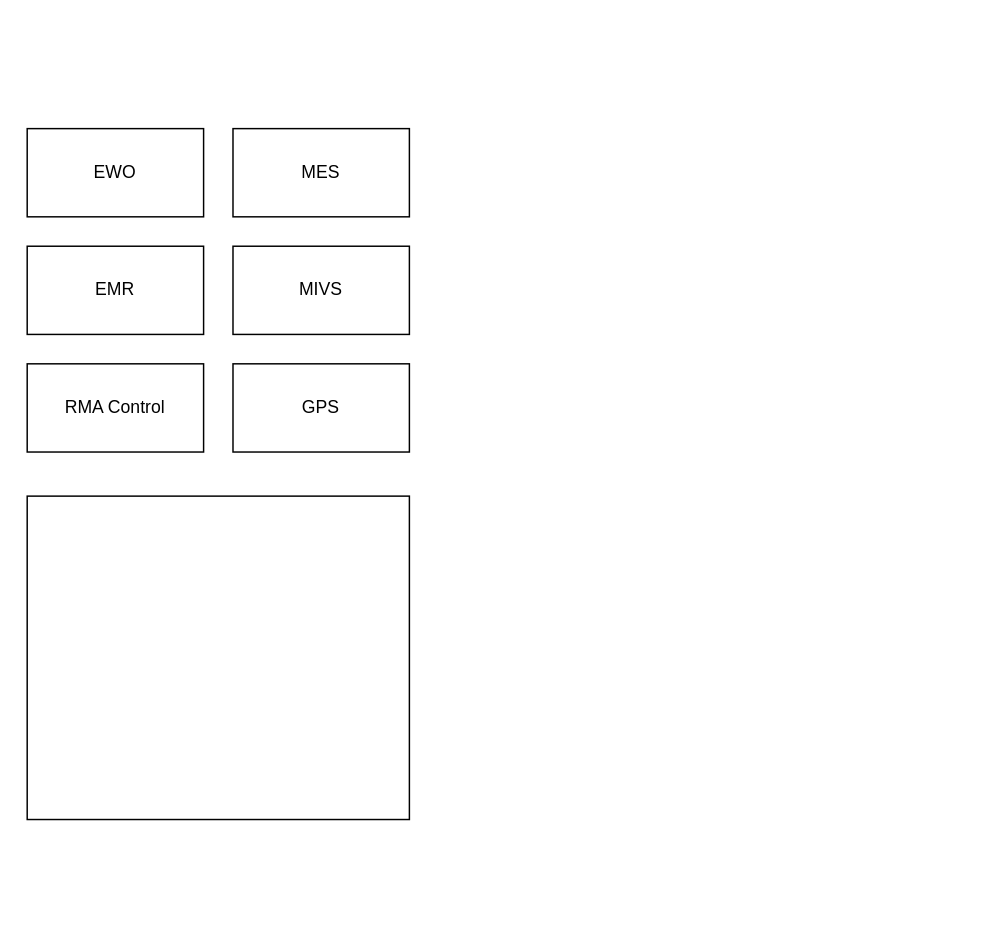
Before: page "Integration" (3 of 3) of MES POC.drawio in vinceliao99/MyDiagrams, a draw.io diagram. Source tidied: cells renumbered, new cells numbered last; positions are measured from the earlier drawing's top-left corner, leaving out a move shared by most shapes. Both pictures are drawn from the tidied source at 147%, with x=0, y=0 at pixel (26, 128).
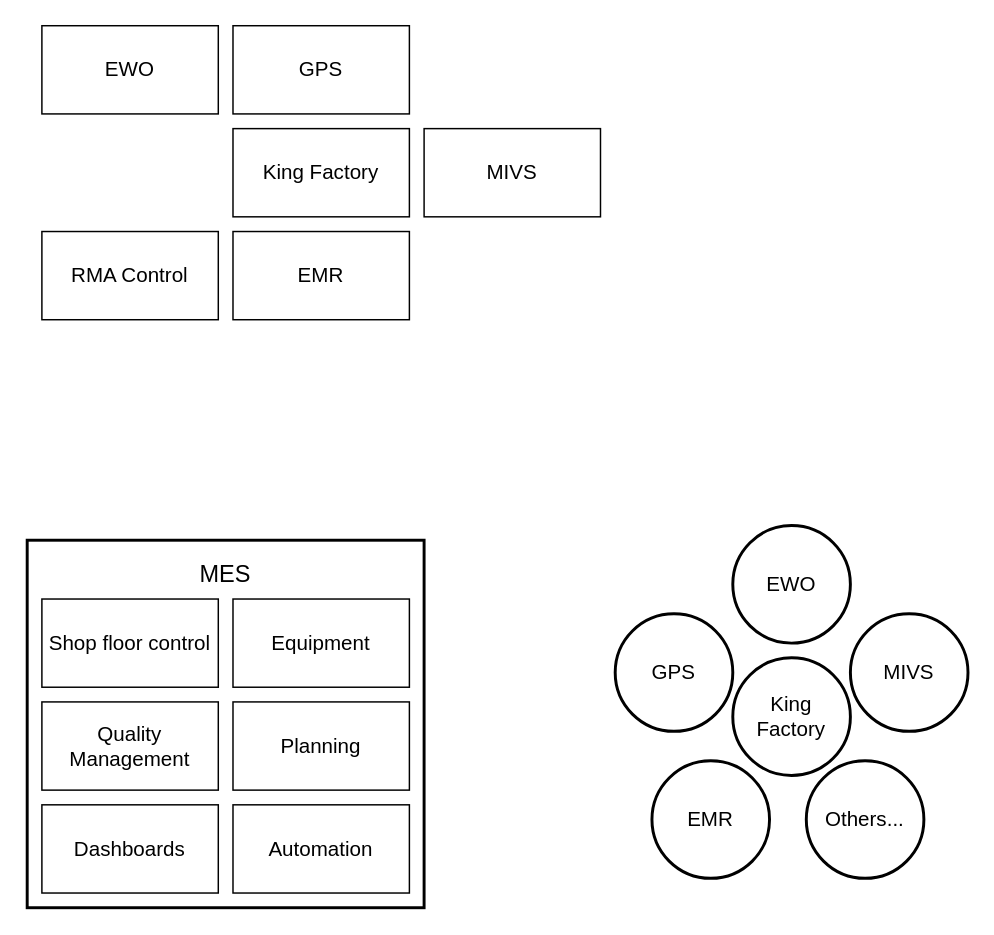
After the change.

The edit, as a diff of the source:
```diff
@@
-    <mxCell id="2" value="EWO" style="rounded=0;whiteSpace=wrap;html=1;" parent="1" vertex="1">
-      <mxGeometry width="120" height="60" as="geometry" />
+    <mxCell id="2" value="EWO" style="rounded=0;whiteSpace=wrap;html=1;fontSize=14;" parent="1" vertex="1">
+      <mxGeometry x="10" y="-70" width="120" height="60" as="geometry" />
     </mxCell>
-    <mxCell id="3" value="MES" style="rounded=0;whiteSpace=wrap;html=1;" parent="1" vertex="1">
+    <mxCell id="3" value="King Factory" style="rounded=0;whiteSpace=wrap;html=1;fontSize=14;" parent="1" vertex="1">
       <mxGeometry x="140" width="120" height="60" as="geometry" />
     </mxCell>
-    <mxCell id="4" value="GPS" style="rounded=0;whiteSpace=wrap;html=1;" parent="1" vertex="1">
-      <mxGeometry x="140" y="160" width="120" height="60" as="geometry" />
+    <mxCell id="4" value="GPS" style="rounded=0;whiteSpace=wrap;html=1;fontSize=14;" parent="1" vertex="1">
+      <mxGeometry x="140" y="-70" width="120" height="60" as="geometry" />
     </mxCell>
-    <mxCell id="5" value="EMR" style="rounded=0;whiteSpace=wrap;html=1;" parent="1" vertex="1">
-      <mxGeometry y="80" width="120" height="60" as="geometry" />
+    <mxCell id="5" value="EMR" style="rounded=0;whiteSpace=wrap;html=1;fontSize=14;" parent="1" vertex="1">
+      <mxGeometry x="140" y="70" width="120" height="60" as="geometry" />
     </mxCell>
-    <mxCell id="6" value="MIVS" style="rounded=0;whiteSpace=wrap;html=1;" parent="1" vertex="1">
-      <mxGeometry x="140" y="80" width="120" height="60" as="geometry" />
+    <mxCell id="6" value="MIVS" style="rounded=0;whiteSpace=wrap;html=1;fontSize=14;" parent="1" vertex="1">
+      <mxGeometry x="270" width="120" height="60" as="geometry" />
     </mxCell>
-    <mxCell id="7" value="RMA Control" style="rounded=0;whiteSpace=wrap;html=1;" parent="1" vertex="1">
-      <mxGeometry y="160" width="120" height="60" as="geometry" />
+    <mxCell id="7" value="RMA Control" style="rounded=0;whiteSpace=wrap;html=1;fontSize=14;" parent="1" vertex="1">
+      <mxGeometry x="10" y="70" width="120" height="60" as="geometry" />
     </mxCell>
-    <mxCell id="8" style="rounded=0;whiteSpace=wrap;html=1;" parent="1" vertex="1">
-      <mxGeometry y="250" width="260" height="220" as="geometry" />
+    <mxCell id="8" style="rounded=0;whiteSpace=wrap;html=1;strokeWidth=2;" parent="1" vertex="1">
+      <mxGeometry y="280" width="270" height="250" as="geometry" />
     </mxCell>
+    <mxCell id="9" value="&lt;font style=&quot;font-size: 14px;&quot;&gt;Shop floor control&lt;/font&gt;" style="rounded=0;whiteSpace=wrap;html=1;" parent="1" vertex="1">
+      <mxGeometry x="10" y="320" width="120" height="60" as="geometry" />
+    </mxCell>
+    <mxCell id="10" value="&lt;font style=&quot;font-size: 14px;&quot;&gt;Equipment&lt;/font&gt;" style="rounded=0;whiteSpace=wrap;html=1;" parent="1" vertex="1">
+      <mxGeometry x="140" y="320" width="120" height="60" as="geometry" />
+    </mxCell>
+    <mxCell id="11" value="&lt;font style=&quot;font-size: 14px;&quot;&gt;Quality &lt;br&gt;Management&lt;/font&gt;" style="rounded=0;whiteSpace=wrap;html=1;" parent="1" vertex="1">
+      <mxGeometry x="10" y="390" width="120" height="60" as="geometry" />
+    </mxCell>
+    <mxCell id="12" value="&lt;font style=&quot;font-size: 14px;&quot;&gt;Planning&lt;/font&gt;" style="rounded=0;whiteSpace=wrap;html=1;" parent="1" vertex="1">
+      <mxGeometry x="140" y="390" width="120" height="60" as="geometry" />
+    </mxCell>
+    <mxCell id="13" value="&lt;font style=&quot;font-size: 14px;&quot;&gt;Dashboards&lt;/font&gt;" style="rounded=0;whiteSpace=wrap;html=1;" parent="1" vertex="1">
+      <mxGeometry x="10" y="460" width="120" height="60" as="geometry" />
+    </mxCell>
+    <mxCell id="14" value="&lt;font style=&quot;font-size: 14px;&quot;&gt;Automation&lt;/font&gt;" style="rounded=0;whiteSpace=wrap;html=1;" parent="1" vertex="1">
+      <mxGeometry x="140" y="460" width="120" height="60" as="geometry" />
+    </mxCell>
+    <mxCell id="15" value="&lt;font style=&quot;font-size: 16px;&quot;&gt;MES&lt;/font&gt;" style="text;html=1;strokeColor=none;fillColor=none;align=center;verticalAlign=middle;whiteSpace=wrap;rounded=0;fontSize=14;" parent="1" vertex="1">
+      <mxGeometry x="105" y="288" width="60" height="30" as="geometry" />
+    </mxCell>
+    <mxCell id="16" value="King&lt;br&gt;Factory" style="ellipse;whiteSpace=wrap;html=1;fontSize=14;strokeWidth=2;" parent="1" vertex="1">
+      <mxGeometry x="480" y="360" width="80" height="80" as="geometry" />
+    </mxCell>
+    <mxCell id="17" value="EWO" style="ellipse;whiteSpace=wrap;html=1;fontSize=14;strokeWidth=2;" parent="1" vertex="1">
+      <mxGeometry x="480" y="270" width="80" height="80" as="geometry" />
+    </mxCell>
+    <mxCell id="18" value="MIVS" style="ellipse;whiteSpace=wrap;html=1;fontSize=14;strokeWidth=2;" parent="1" vertex="1">
+      <mxGeometry x="560" y="330" width="80" height="80" as="geometry" />
+    </mxCell>
+    <mxCell id="19" value="GPS" style="ellipse;whiteSpace=wrap;html=1;fontSize=14;strokeWidth=2;" parent="1" vertex="1">
+      <mxGeometry x="400" y="330" width="80" height="80" as="geometry" />
+    </mxCell>
+    <mxCell id="20" value="EMR" style="ellipse;whiteSpace=wrap;html=1;fontSize=14;strokeWidth=2;" parent="1" vertex="1">
+      <mxGeometry x="425" y="430" width="80" height="80" as="geometry" />
+    </mxCell>
+    <mxCell id="21" value="Others..." style="ellipse;whiteSpace=wrap;html=1;fontSize=14;strokeWidth=2;" parent="1" vertex="1">
+      <mxGeometry x="530" y="430" width="80" height="80" as="geometry" />
+    </mxCell>
```
